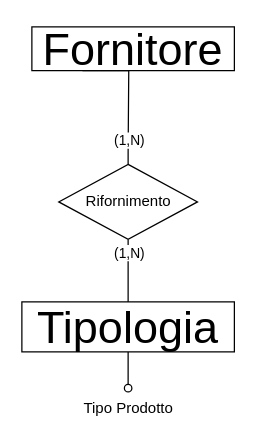
Earlier version of the draw.io diagram 3)Progettazione logica/MODELLO ER con ELIMINAZIONE ATTRIBUTI MULTIVALORE1.drawio (mikecostanzi/ProgettoBasiDati). Source tidied: cells renumbered, new cells numbered last; positions are measured from the earlier drawing's top-left corner, leaving out a move shared by most shapes. Both pictures are drawn from the tidied source at 125%, with x=0, y=0 at pixel (21, 26).
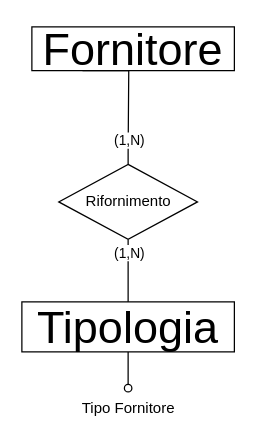
Above is the later version.

Commit message (it also covers changes not shown here):
Modificato il tipo prodotto in tipo fornitore

Change to the diagram source:
```diff
@@
 <mxGraphModel>
   <root>
     <mxCell id="0" />
     <mxCell id="1" parent="0" />
     <mxCell id="2" value="Fornitore" style="whiteSpace=wrap;html=1;align=center;fontSize=36;" parent="1" vertex="1">
       <mxGeometry x="8" width="162" height="35" as="geometry" />
     </mxCell>
     <mxCell id="3" style="edgeStyle=orthogonalEdgeStyle;rounded=0;jettySize=auto;html=1;entryX=0.5;entryY=1;entryDx=0;entryDy=0;endArrow=none;endFill=0;" parent="1" edge="1" source="6" target="9">
       <mxGeometry relative="1" as="geometry" />
     </mxCell>
     <mxCell id="4" value="(1,N)" style="edgeLabel;html=1;align=center;verticalAlign=middle;" parent="3" vertex="1">
       <mxGeometry x="0.72" relative="1" as="geometry">
         <mxPoint y="3" as="offset" />
       </mxGeometry>
     </mxCell>
     <mxCell id="5" style="edgeStyle=orthogonalEdgeStyle;rounded=0;jettySize=auto;html=1;endArrow=oval;endFill=0;entryX=0.5;entryY=-0.033;entryDx=0;entryDy=0;entryPerimeter=0;" parent="1" edge="1" source="6" target="10">
       <mxGeometry relative="1" as="geometry" />
     </mxCell>
     <mxCell id="6" value="Tipologia" style="whiteSpace=wrap;html=1;align=center;fontSize=36;" parent="1" vertex="1">
       <mxGeometry y="220" width="170" height="40" as="geometry" />
     </mxCell>
     <mxCell id="7" style="edgeStyle=orthogonalEdgeStyle;rounded=0;jettySize=auto;html=1;entryX=0.25;entryY=1;entryDx=0;entryDy=0;endArrow=none;endFill=0;exitX=0.5;exitY=0;exitDx=0;exitDy=0;" parent="1" edge="1" source="9" target="2">
       <mxGeometry relative="1" as="geometry">
         <Array as="points">
           <mxPoint x="85.5" y="100" />
           <mxPoint x="85.5" y="65" />
         </Array>
       </mxGeometry>
     </mxCell>
     <mxCell id="8" value="(1,N)" style="edgeLabel;html=1;align=center;verticalAlign=middle;" parent="7" vertex="1">
       <mxGeometry x="-0.77" y="-1" relative="1" as="geometry">
         <mxPoint x="-1" y="-7" as="offset" />
       </mxGeometry>
     </mxCell>
     <mxCell id="9" value="Rifornimento" style="shape=rhombus;perimeter=rhombusPerimeter;whiteSpace=wrap;html=1;align=center;" parent="1" vertex="1">
       <mxGeometry x="29.5" y="110" width="111" height="60" as="geometry" />
     </mxCell>
-    <mxCell id="10" value="Tipo Prodotto" style="text;html=1;align=center;verticalAlign=middle;points=[];strokeColor=none;fillColor=none;" parent="1" vertex="1">
+    <mxCell id="10" value="Tipo Fornitore" style="text;html=1;align=center;verticalAlign=middle;points=[];strokeColor=none;fillColor=none;" parent="1" vertex="1">
       <mxGeometry x="35" y="290" width="100" height="30" as="geometry" />
     </mxCell>
   </root>
 </mxGraphModel>
```
